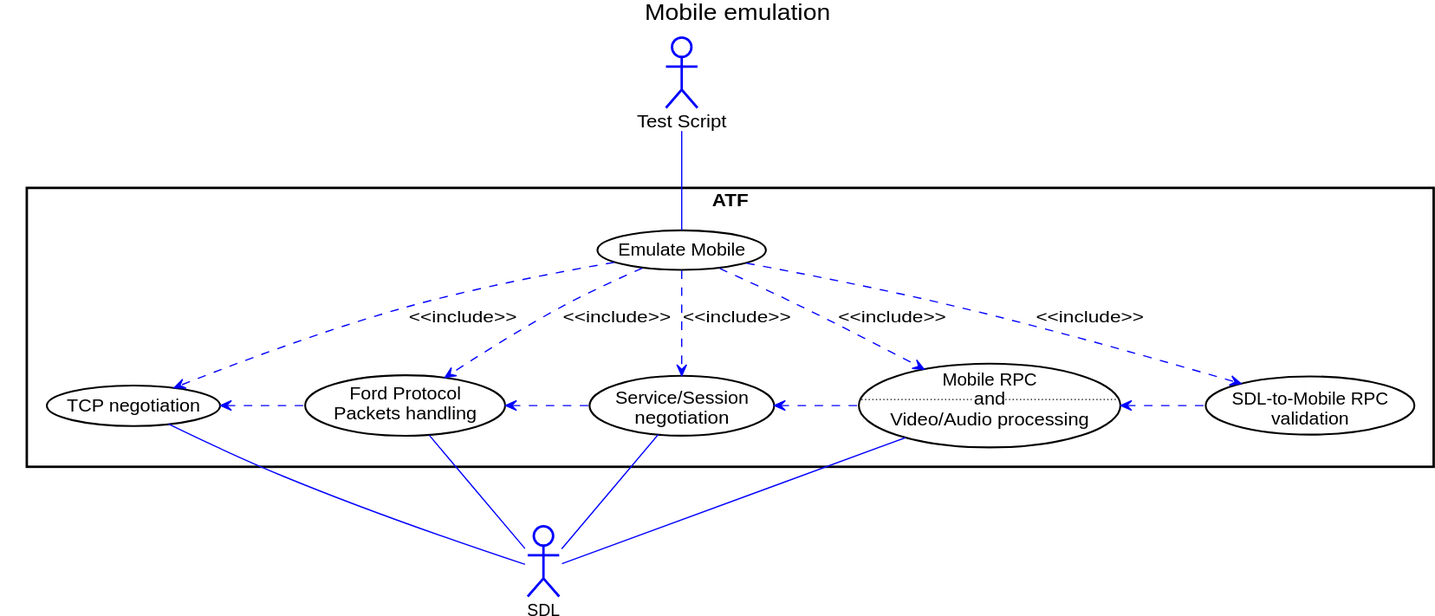
Earlier version of the PlantUML export docs/ATF/Use Case View/assets/5_manipulations_mob.svg (smartdevicelink/sdl_core_guides). Its source is kept beside it as docs/ATF/Use Case View/assets/5_manipulations_mob.plantuml.
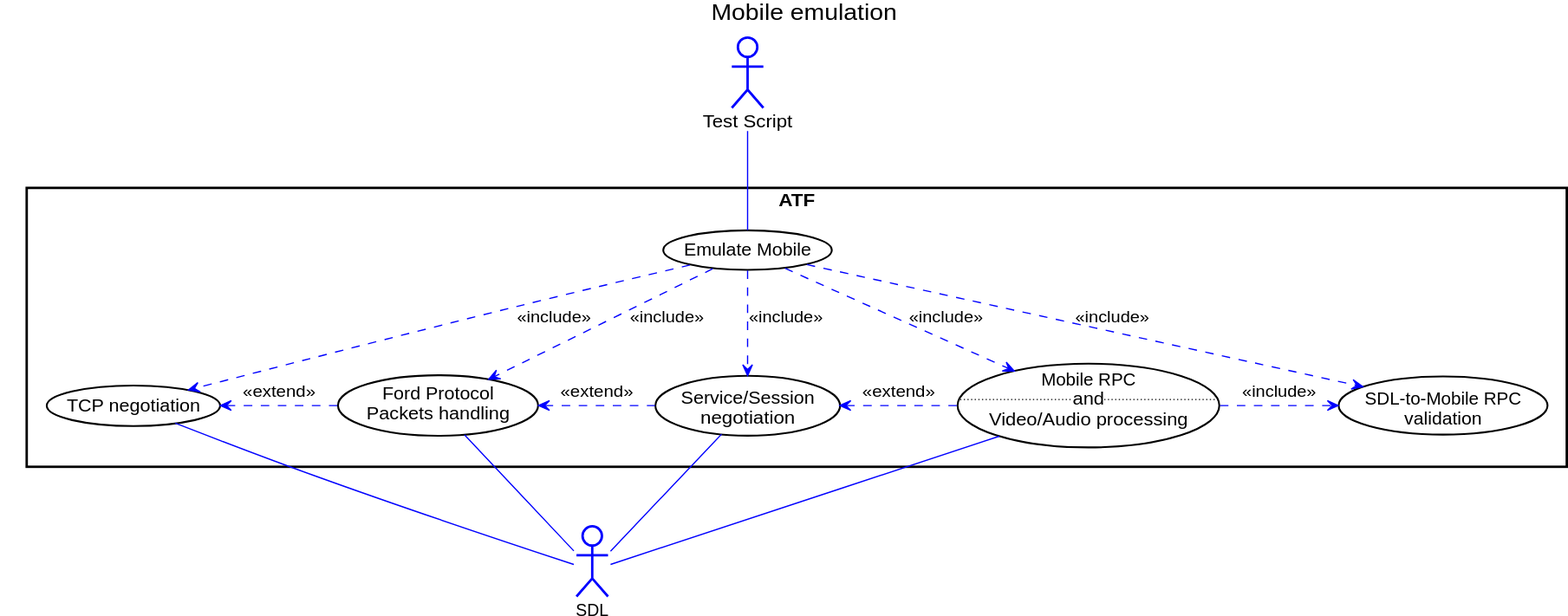
The same file after the commit.

What changed in the source:
```diff
@@ -27,16 +27,17 @@
 
 :script: -- (e_mob)
 
-(e_mob) ..> (negotiation): <<include>>
-(e_mob) ..> (protocol) : <<include>>
-(e_mob) ..> (service) : <<include>>
-(e_mob) ..> (processing) : <<include>>
-(e_mob) ..> (validation) : <<include>>
+(e_mob) ..> (negotiation) : <<include>>
+(e_mob) ..> (protocol)    : <<include>>
+(e_mob) ..> (service)     : <<include>>
+(e_mob) ..> (processing)  : <<include>>
+(e_mob) ..> (validation)  : <<include>>
 
-(negotiation) <. (protocol)
-(protocol)    <. (service)
-(service)     <. (processing)
-(processing)  <. (validation)
+(negotiation) <. (protocol)   : <<extend>>
+(protocol)    <. (service)    : <<extend>>
+(service)     <. (processing) : <<extend>>
+
+(processing)  .> (validation) : <<include>>
 
 :SDL: -up- (negotiation)
 :SDL: -up- (protocol)
```
